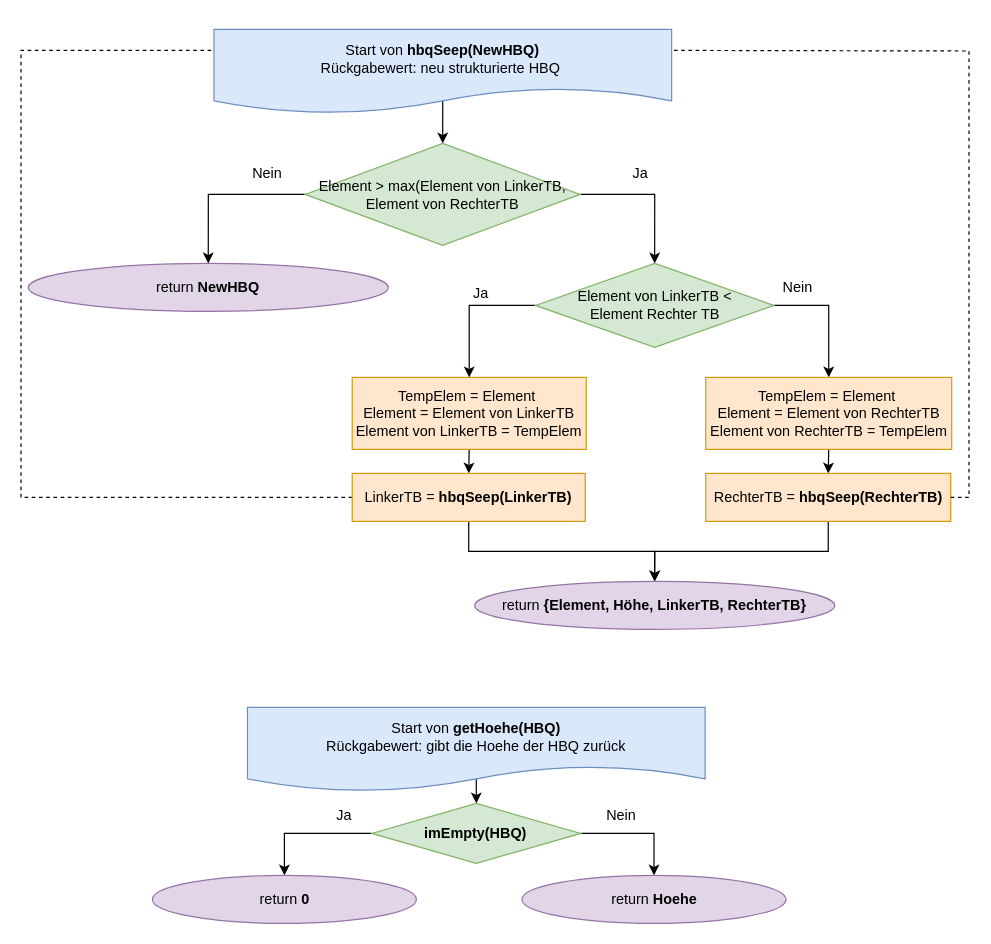
The draw.io diagram Grafiken:Bilder/draw.io/HBQ/2.3. andereHBQFuntionen.drawio in krisschaaf/Hausarbeit_Erlang_Queues, before the edit. Source tidied: cells renumbered, new cells numbered last; positions are measured from the earlier drawing's top-left corner, leaving out a move shared by most shapes. Both pictures are drawn from the tidied source at 120%, with x=0, y=0 at pixel (20, 29).
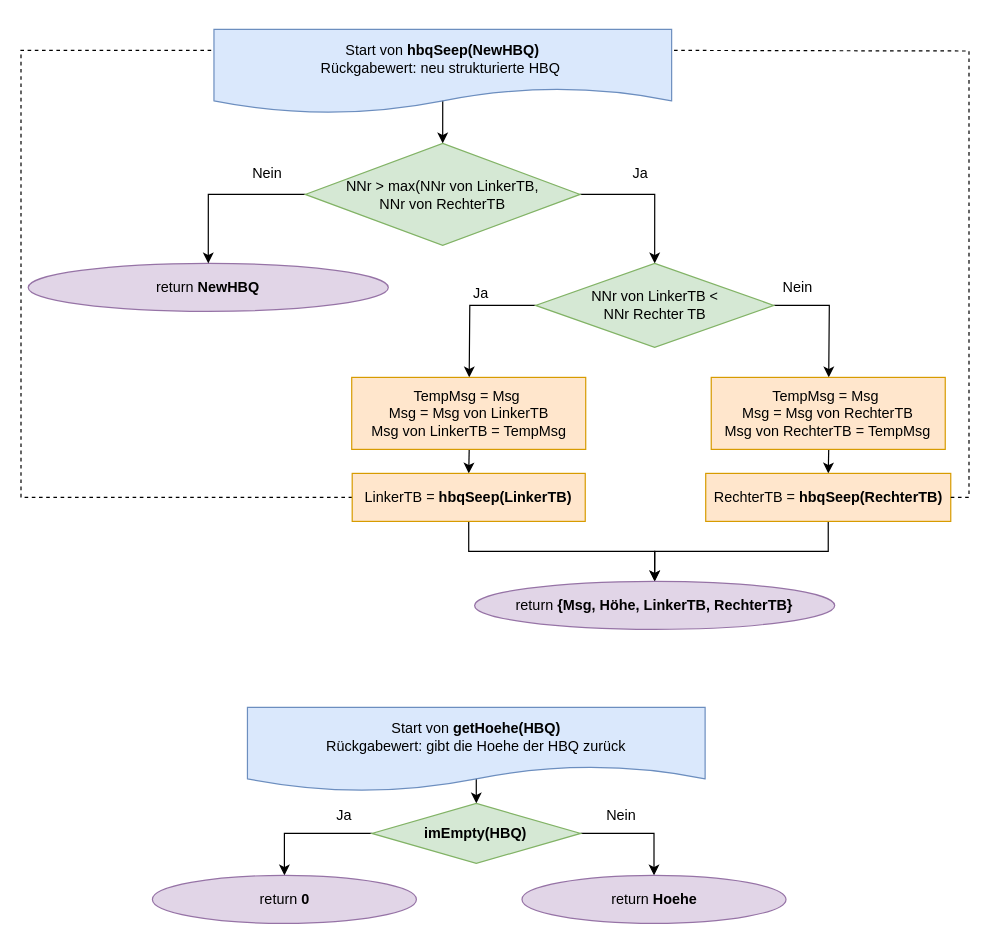
Above is the later version.

The change refers to these unchanged cells:
```xml
<mxCell id="21" value="LinkerTB = &lt;b&gt;hbqSeep(LinkerTB)&lt;/b&gt;" style="rounded=0;whiteSpace=wrap;html=1;fillColor=#ffe6cc;strokeColor=#d79b00;" parent="1" vertex="1">
  <mxGeometry x="276" y="370" width="194.2" height="40" as="geometry" />
</mxCell>
<mxCell id="23" value="RechterTB = &lt;b&gt;hbqSeep(RechterTB)&lt;/b&gt;" style="rounded=0;whiteSpace=wrap;html=1;fillColor=#ffe6cc;strokeColor=#d79b00;" parent="1" vertex="1">
  <mxGeometry x="570.6" y="370" width="204.2" height="40" as="geometry" />
</mxCell>
```

Diff of the diagram source:
```diff
@@
-    <mxCell id="5" style="edgeStyle=orthogonalEdgeStyle;rounded=0;jettySize=auto;html=1;exitX=0.5;exitY=1;exitDx=0;exitDy=0;entryX=0.5;entryY=0;entryDx=0;entryDy=0;" parent="1" edge="1" source="6" target="21">
-      <mxGeometry relative="1" as="geometry" />
+    <mxCell id="5" style="edgeStyle=orthogonalEdgeStyle;rounded=0;jettySize=auto;html=1;exitX=0.5;exitY=1;exitDx=0;exitDy=0;entryX=0.5;entryY=0;entryDx=0;entryDy=0;" parent="1" edge="1" target="21">
+      <mxGeometry relative="1" as="geometry">
+        <mxPoint x="373.5" y="350" as="sourcePoint" />
+      </mxGeometry>
     </mxCell>
-    <mxCell id="6" value="TempElem = Element&amp;nbsp;&lt;br&gt;Element = Element von LinkerTB&lt;br&gt;Element von LinkerTB = TempElem" style="rounded=0;whiteSpace=wrap;html=1;fillColor=#ffe6cc;strokeColor=#d79b00;" parent="1" vertex="1">
-      <mxGeometry x="276" y="290" width="195" height="60" as="geometry" />
-    </mxCell>
@@
-    <mxCell id="9" value="Element &amp;gt; max(Element von LinkerTB, Element von RechterTB" style="rhombus;whiteSpace=wrap;html=1;rounded=0;fillColor=#d5e8d4;strokeColor=#82b366;" parent="1" vertex="1">
+    <mxCell id="9" value="NNr &amp;gt; max(NNr von LinkerTB, &lt;br&gt;NNr von RechterTB" style="rhombus;whiteSpace=wrap;html=1;rounded=0;fillColor=#d5e8d4;strokeColor=#82b366;" parent="1" vertex="1">
       <mxGeometry x="236.9" y="95" width="229" height="85" as="geometry" />
     </mxCell>
-    <mxCell id="10" style="edgeStyle=orthogonalEdgeStyle;rounded=0;jettySize=auto;html=1;exitX=0;exitY=0.5;exitDx=0;exitDy=0;entryX=0.5;entryY=0;entryDx=0;entryDy=0;" parent="1" edge="1" source="12" target="6">
-      <mxGeometry relative="1" as="geometry" />
+    <mxCell id="10" style="edgeStyle=orthogonalEdgeStyle;rounded=0;jettySize=auto;html=1;exitX=0;exitY=0.5;exitDx=0;exitDy=0;entryX=0.5;entryY=0;entryDx=0;entryDy=0;" parent="1" edge="1" source="12">
+      <mxGeometry relative="1" as="geometry">
+        <mxPoint x="373.5" y="290" as="targetPoint" />
+      </mxGeometry>
     </mxCell>
-    <mxCell id="11" style="edgeStyle=orthogonalEdgeStyle;rounded=0;jettySize=auto;html=1;exitX=1;exitY=0.5;exitDx=0;exitDy=0;entryX=0.5;entryY=0;entryDx=0;entryDy=0;" parent="1" edge="1" source="12" target="16">
-      <mxGeometry relative="1" as="geometry" />
+    <mxCell id="11" style="edgeStyle=orthogonalEdgeStyle;rounded=0;jettySize=auto;html=1;exitX=1;exitY=0.5;exitDx=0;exitDy=0;entryX=0.5;entryY=0;entryDx=0;entryDy=0;" parent="1" edge="1" source="12">
+      <mxGeometry relative="1" as="geometry">
+        <mxPoint x="673.1" y="290" as="targetPoint" />
+      </mxGeometry>
     </mxCell>
-    <mxCell id="12" value="Element von LinkerTB &amp;lt;&lt;br&gt;Element Rechter TB" style="rhombus;whiteSpace=wrap;html=1;rounded=0;fillColor=#d5e8d4;strokeColor=#82b366;" parent="1" vertex="1">
+    <mxCell id="12" value="NNr von LinkerTB &amp;lt;&lt;br&gt;NNr Rechter TB" style="rhombus;whiteSpace=wrap;html=1;rounded=0;fillColor=#d5e8d4;strokeColor=#82b366;" parent="1" vertex="1">
       <mxGeometry x="428.8" y="195" width="198.5" height="70" as="geometry" />
     </mxCell>
@@
-    <mxCell id="15" style="edgeStyle=orthogonalEdgeStyle;rounded=0;jettySize=auto;html=1;exitX=0.5;exitY=1;exitDx=0;exitDy=0;entryX=0.5;entryY=0;entryDx=0;entryDy=0;" parent="1" edge="1" source="16" target="23">
-      <mxGeometry relative="1" as="geometry" />
+    <mxCell id="15" style="edgeStyle=orthogonalEdgeStyle;rounded=0;jettySize=auto;html=1;exitX=0.5;exitY=1;exitDx=0;exitDy=0;entryX=0.5;entryY=0;entryDx=0;entryDy=0;" parent="1" edge="1" target="23">
+      <mxGeometry relative="1" as="geometry">
+        <mxPoint x="673.1" y="350" as="sourcePoint" />
+      </mxGeometry>
     </mxCell>
-    <mxCell id="16" value="TempElem = Element&amp;nbsp;&lt;br&gt;Element = Element von RechterTB&lt;br&gt;Element von RechterTB = TempElem" style="rounded=0;whiteSpace=wrap;html=1;fillColor=#ffe6cc;strokeColor=#d79b00;" parent="1" vertex="1">
-      <mxGeometry x="570.6" y="290" width="205" height="60" as="geometry" />
-    </mxCell>
@@
-    <mxCell id="24" value="return&amp;nbsp;&lt;b&gt;{Element, Höhe, LinkerTB, RechterTB}&lt;/b&gt;" style="ellipse;whiteSpace=wrap;html=1;rounded=0;fillColor=#e1d5e7;strokeColor=#9673a6;" parent="1" vertex="1">
+    <mxCell id="24" value="return&amp;nbsp;&lt;b&gt;{Msg, Höhe, LinkerTB, RechterTB}&lt;/b&gt;" style="ellipse;whiteSpace=wrap;html=1;rounded=0;fillColor=#e1d5e7;strokeColor=#9673a6;" parent="1" vertex="1">
       <mxGeometry x="378" y="460" width="300.1" height="40" as="geometry" />
     </mxCell>
@@
+    <mxCell id="35" value="TempMsg = Msg&amp;nbsp;&lt;br&gt;Msg = Msg von LinkerTB&lt;br&gt;Msg von LinkerTB = TempMsg" style="rounded=0;whiteSpace=wrap;html=1;fillColor=#ffe6cc;strokeColor=#d79b00;" parent="1" vertex="1">
+      <mxGeometry x="275.6" y="290" width="195" height="60" as="geometry" />
+    </mxCell>
+    <mxCell id="36" value="TempMsg = Msg&amp;nbsp;&lt;br&gt;Msg = Msg von RechterTB&lt;br&gt;Msg von RechterTB = TempMsg" style="rounded=0;whiteSpace=wrap;html=1;fillColor=#ffe6cc;strokeColor=#d79b00;" parent="1" vertex="1">
+      <mxGeometry x="575.2" y="290" width="195" height="60" as="geometry" />
+    </mxCell>
```
